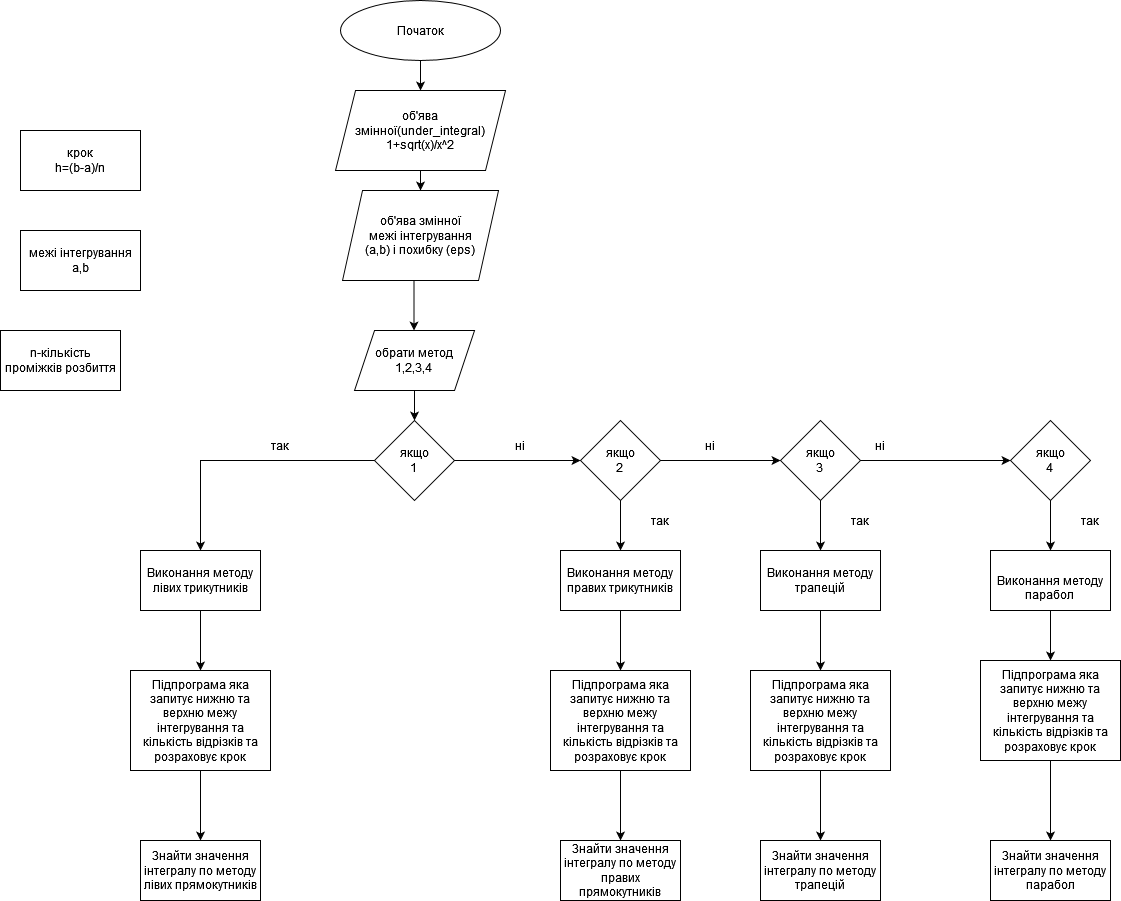
Earlier version of the draw.io export Луцкевич_Володимир_РЕ-12_Схема_.drawio.png (VolodymyrLutskevych-PE-12/Lab_2_Volodymyr-Lutskevych_PE-12_-1-). Source tidied: cells renumbered, new cells last; positions are measured from the earlier drawing's top-left corner, leaving out a move shared by most shapes.
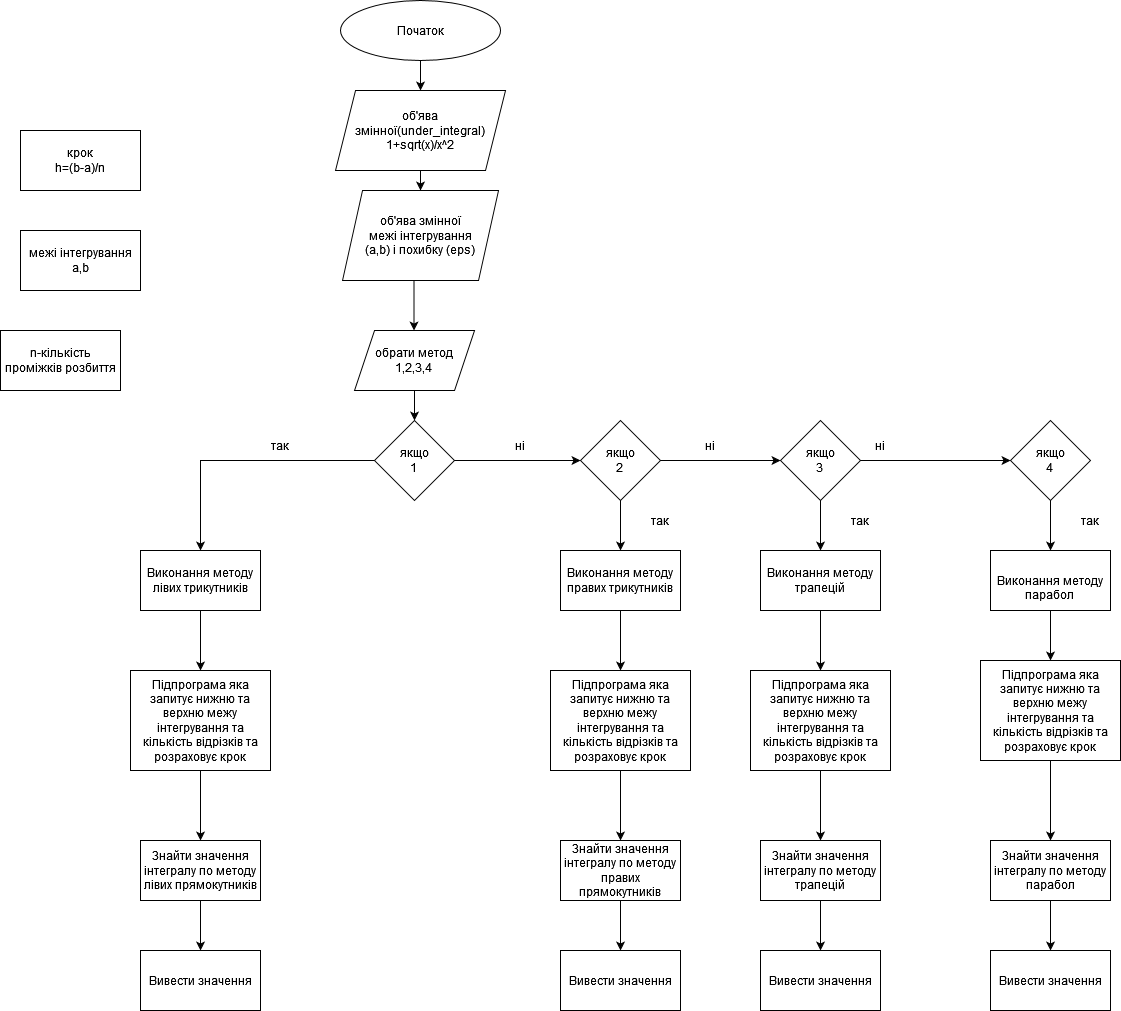
The same diagram one commit later.

Diff of the diagram source:
```diff
@@ -133,15 +133,27 @@
     <mxCell id="43" value="Підпрограма яка запитує нижню та верхню межу інтегрування та кількість відрізків та розраховує крок" style="rounded=0;whiteSpace=wrap;html=1;" parent="1" vertex="1">
       <mxGeometry x="980" y="660" width="140" height="100" as="geometry" />
     </mxCell>
+    <mxCell id="51" style="edgeStyle=orthogonalEdgeStyle;rounded=0;jettySize=auto;html=1;exitX=0.5;exitY=1;exitDx=0;exitDy=0;" parent="1" edge="1" source="44" target="55">
+      <mxGeometry relative="1" as="geometry" />
+    </mxCell>
     <mxCell id="44" value="Знайти значення інтегралу по методу лівих прямокутників " style="rounded=0;whiteSpace=wrap;html=1;" parent="1" vertex="1">
       <mxGeometry x="140" y="840" width="120" height="60" as="geometry" />
     </mxCell>
+    <mxCell id="52" style="edgeStyle=orthogonalEdgeStyle;rounded=0;jettySize=auto;html=1;exitX=0.5;exitY=1;exitDx=0;exitDy=0;entryX=0.5;entryY=0;entryDx=0;entryDy=0;" parent="1" edge="1" source="45" target="56">
+      <mxGeometry relative="1" as="geometry" />
+    </mxCell>
     <mxCell id="45" value="Знайти значення інтегралу по методу правих прямокутників " style="rounded=0;whiteSpace=wrap;html=1;" parent="1" vertex="1">
       <mxGeometry x="560" y="840" width="120" height="60" as="geometry" />
     </mxCell>
+    <mxCell id="53" style="edgeStyle=orthogonalEdgeStyle;rounded=0;jettySize=auto;html=1;exitX=0.5;exitY=1;exitDx=0;exitDy=0;entryX=0.5;entryY=0;entryDx=0;entryDy=0;" parent="1" edge="1" source="46" target="57">
+      <mxGeometry relative="1" as="geometry" />
+    </mxCell>
     <mxCell id="46" value="Знайти значення інтегралу по методу трапецій" style="rounded=0;whiteSpace=wrap;html=1;" parent="1" vertex="1">
       <mxGeometry x="760" y="840" width="120" height="60" as="geometry" />
     </mxCell>
+    <mxCell id="54" style="edgeStyle=orthogonalEdgeStyle;rounded=0;jettySize=auto;html=1;exitX=0.5;exitY=1;exitDx=0;exitDy=0;entryX=0.5;entryY=0;entryDx=0;entryDy=0;" parent="1" edge="1" source="47" target="58">
+      <mxGeometry relative="1" as="geometry" />
+    </mxCell>
     <mxCell id="47" value="Знайти значення інтегралу по методу парабол" style="rounded=0;whiteSpace=wrap;html=1;" parent="1" vertex="1">
       <mxGeometry x="990" y="840" width="120" height="60" as="geometry" />
     </mxCell>
@@ -154,5 +166,17 @@
     <mxCell id="50" value="так" style="text;html=1;strokeColor=none;fillColor=none;align=center;verticalAlign=middle;whiteSpace=wrap;rounded=0;" parent="1" vertex="1">
       <mxGeometry x="1060" y="505" width="60" height="30" as="geometry" />
     </mxCell>
+    <mxCell id="55" value="Вивести значення" style="rounded=0;whiteSpace=wrap;html=1;" parent="1" vertex="1">
+      <mxGeometry x="140" y="950" width="120" height="60" as="geometry" />
+    </mxCell>
+    <mxCell id="56" value="Вивести значення" style="rounded=0;whiteSpace=wrap;html=1;" parent="1" vertex="1">
+      <mxGeometry x="560" y="950" width="120" height="60" as="geometry" />
+    </mxCell>
+    <mxCell id="57" value="Вивести значення" style="rounded=0;whiteSpace=wrap;html=1;" parent="1" vertex="1">
+      <mxGeometry x="760" y="950" width="120" height="60" as="geometry" />
+    </mxCell>
+    <mxCell id="58" value="Вивести значення" style="rounded=0;whiteSpace=wrap;html=1;" parent="1" vertex="1">
+      <mxGeometry x="990" y="950" width="120" height="60" as="geometry" />
+    </mxCell>
   </root>
 </mxGraphModel>
```
